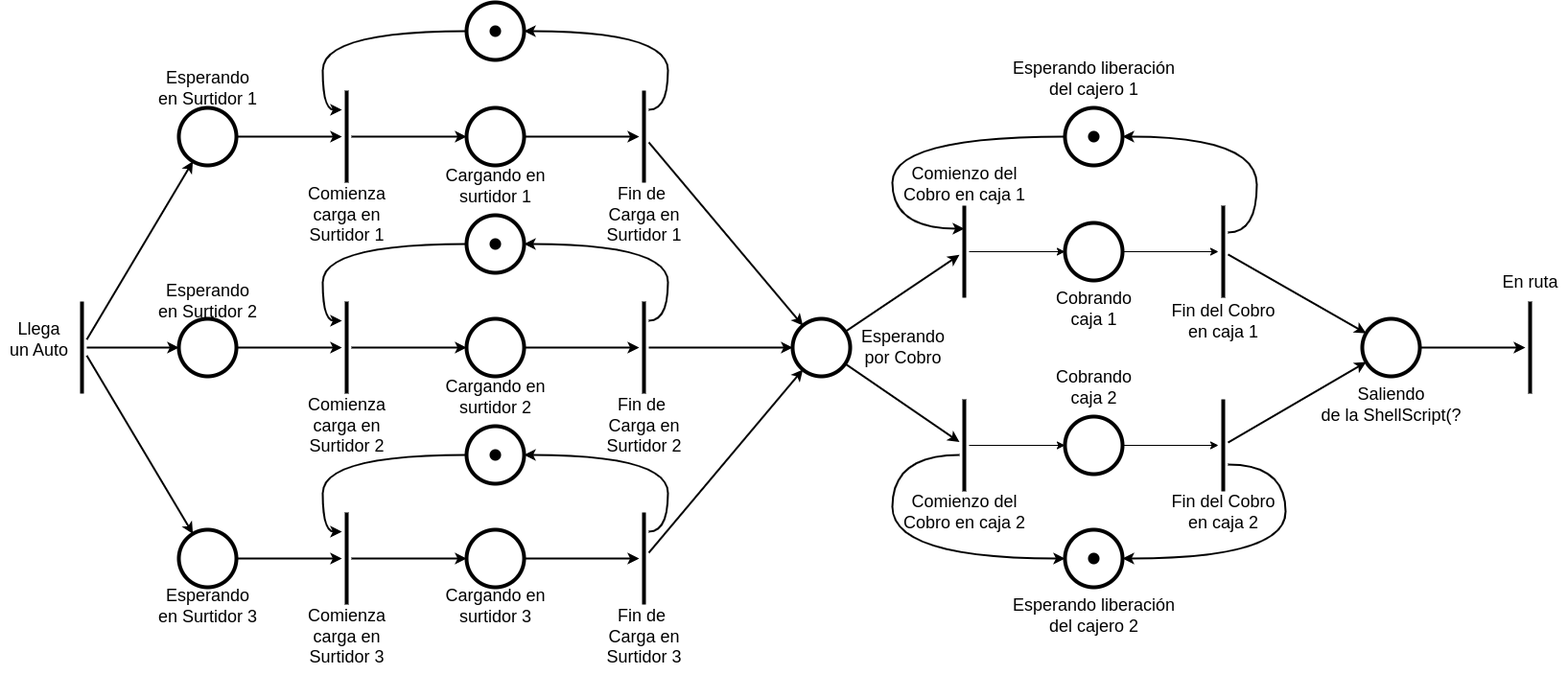
This is Practica/Practica5-RP/drawios/ejercicio04_RP.drawio.png from c97Ernesto/IngenieriaSoftware1, a draw.io export, as it was before one commit. Source tidied: cells renumbered, new cells last; positions are measured from the earlier drawing's top-left corner, leaving out a move shared by most shapes.
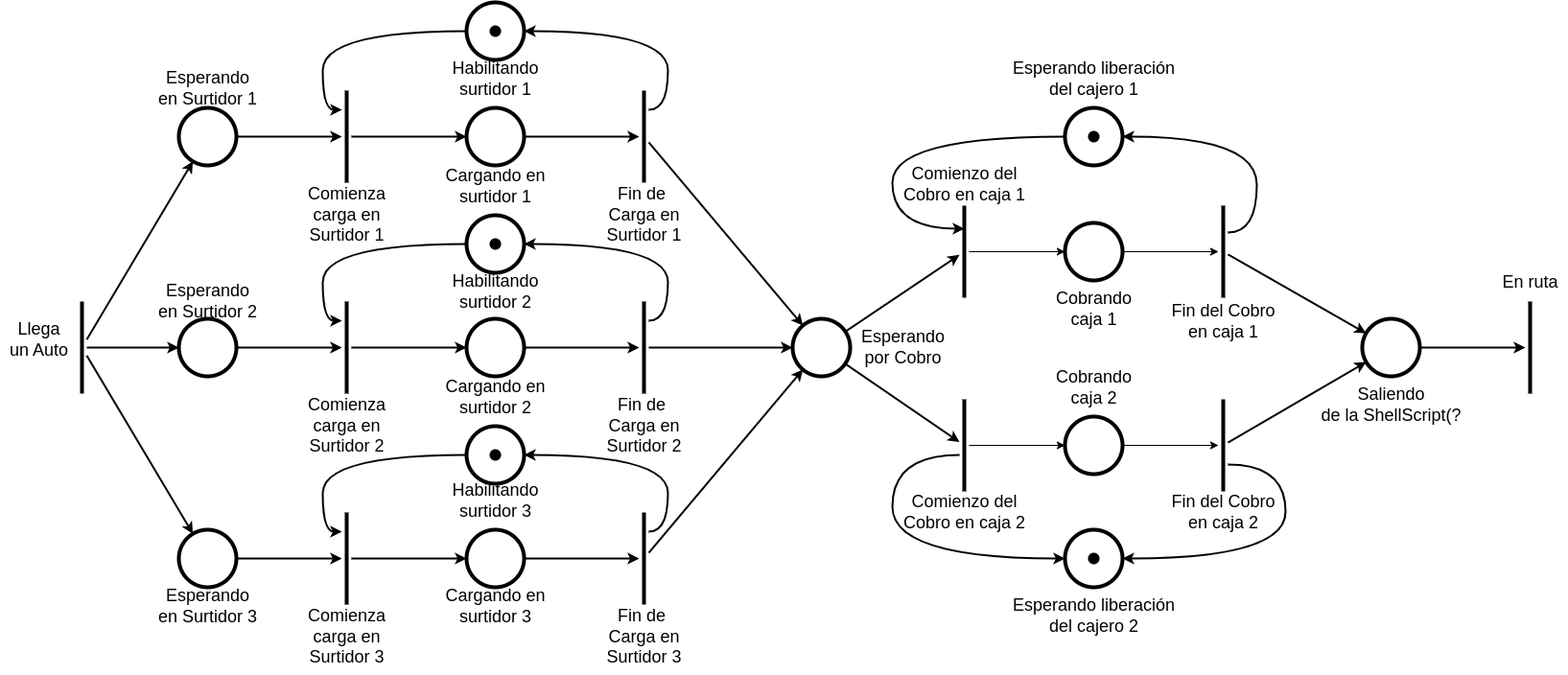
The same diagram one commit later.

What changed in the source:
```diff
@@ -322,5 +322,14 @@
     <mxCell id="91" value="Esperando liberación&lt;br&gt;del cajero 2" style="text;html=1;align=center;verticalAlign=middle;strokeColor=none;fillColor=none;fontSize=18;" parent="1" vertex="1">
       <mxGeometry x="1045" y="610" width="190" height="60" as="geometry" />
     </mxCell>
+    <mxCell id="92" value="Habilitando&lt;br&gt;surtidor 1" style="text;html=1;align=center;verticalAlign=middle;strokeColor=none;fillColor=none;fontSize=18;" parent="1" vertex="1">
+      <mxGeometry x="461" y="50" width="110" height="60" as="geometry" />
+    </mxCell>
+    <mxCell id="93" value="Habilitando&lt;br&gt;surtidor 2" style="text;html=1;align=center;verticalAlign=middle;strokeColor=none;fillColor=none;fontSize=18;" parent="1" vertex="1">
+      <mxGeometry x="461" y="272" width="110" height="60" as="geometry" />
+    </mxCell>
+    <mxCell id="94" value="Habilitando&lt;br&gt;surtidor 3" style="text;html=1;align=center;verticalAlign=middle;strokeColor=none;fillColor=none;fontSize=18;" parent="1" vertex="1">
+      <mxGeometry x="461" y="490" width="110" height="60" as="geometry" />
+    </mxCell>
   </root>
 </mxGraphModel>
```
